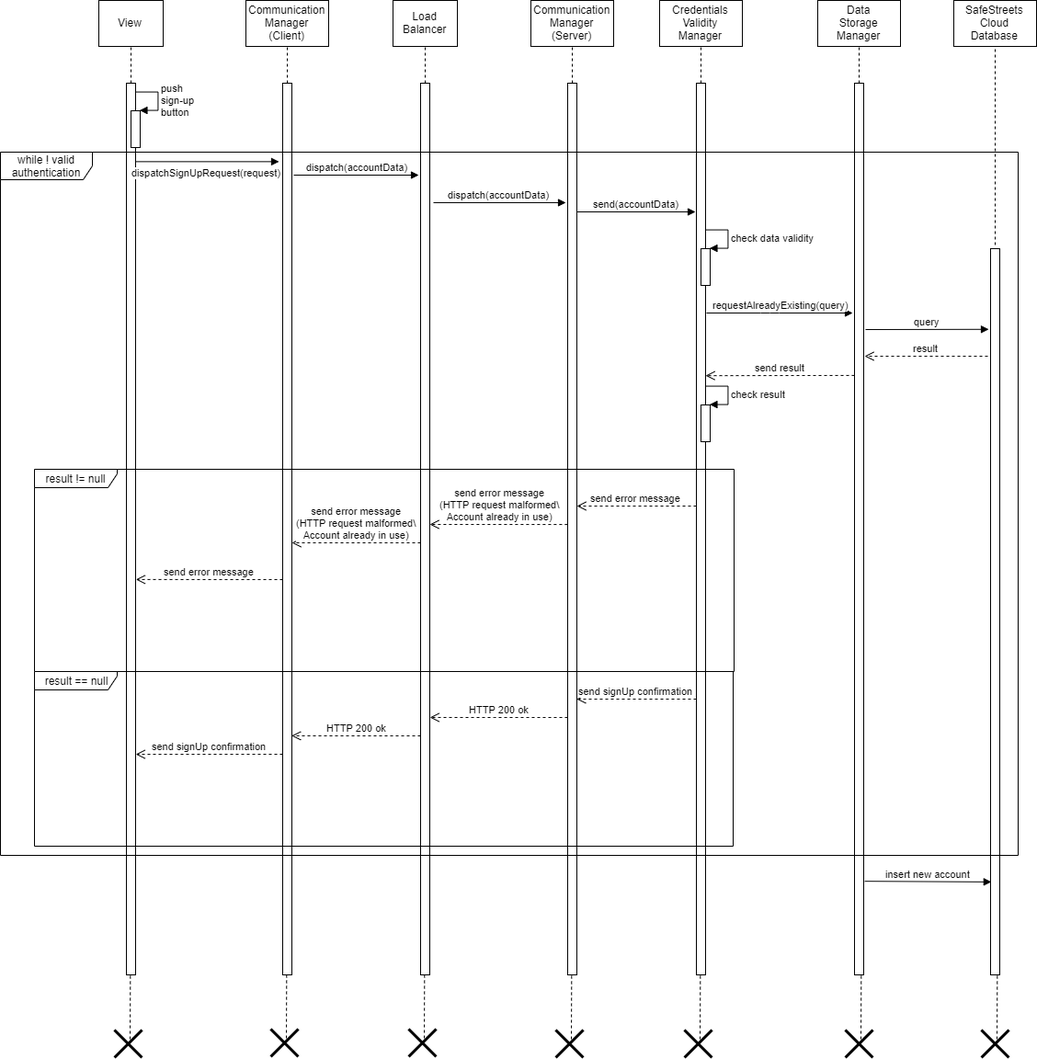
Earlier version of the draw.io export DD/Diagrams/Sequence Diagrams/Runtime View Diagram signup.png (Dany97/MassiniNicolo). Source tidied: cells renumbered, new cells last; positions are measured from the earlier drawing's top-left corner, leaving out a move shared by most shapes.
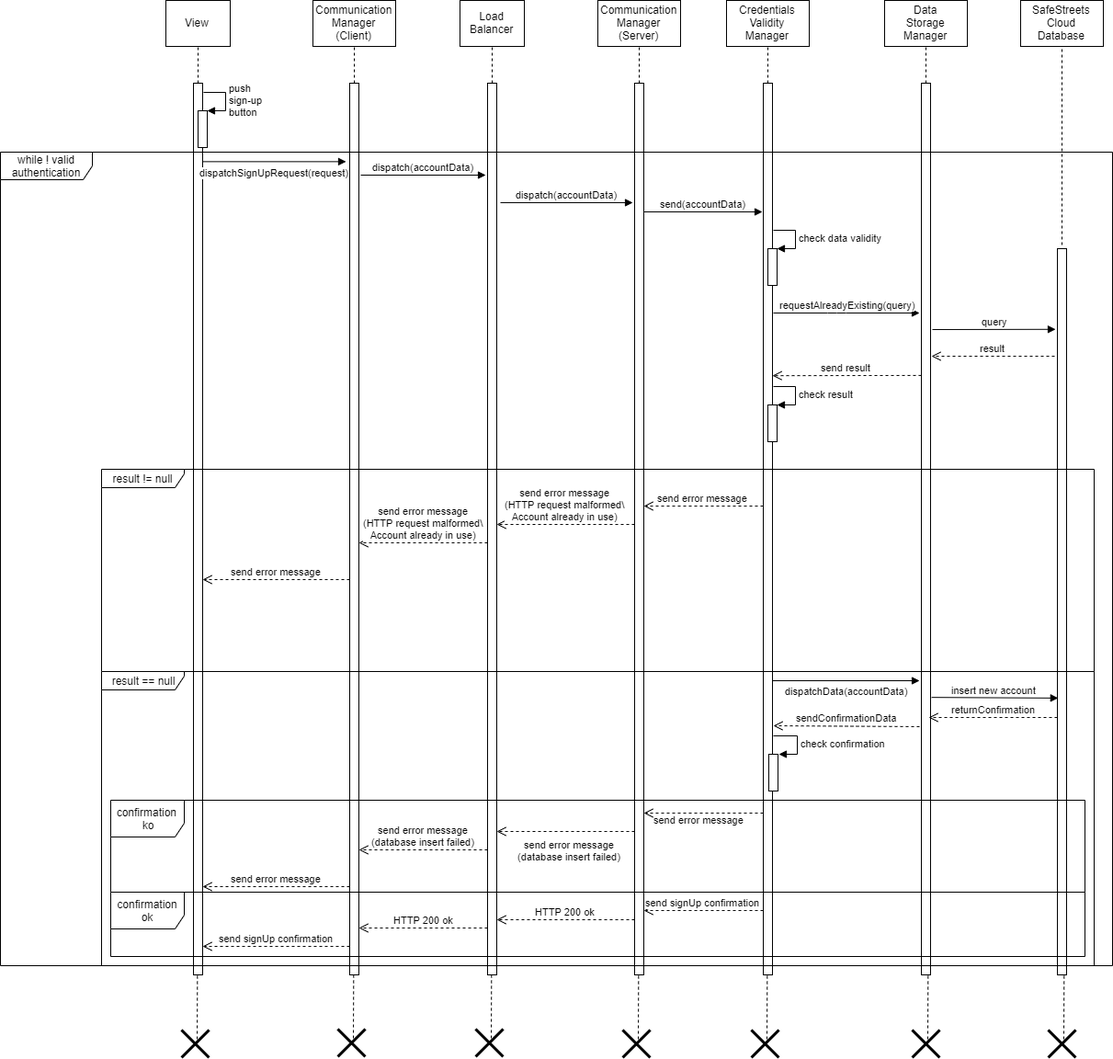
After the commit.

Change to the diagram source:
```diff
@@ -130,7 +130,7 @@
       </mxGeometry>
     </mxCell>
     <mxCell id="32" value="result != null" style="shape=umlFrame;whiteSpace=wrap;html=1;width=90;height=20;" parent="1" vertex="1">
-      <mxGeometry x="37" y="510" width="761" height="220" as="geometry" />
+      <mxGeometry x="37" y="510" width="1080" height="220" as="geometry" />
     </mxCell>
     <mxCell id="33" value="send result" style="html=1;verticalAlign=bottom;endArrow=open;dashed=1;endSize=8;entryX=1;entryY=0.276;entryDx=0;entryDy=0;entryPerimeter=0;exitX=0;exitY=0.738;exitDx=0;exitDy=0;exitPerimeter=0;" parent="1" edge="1">
       <mxGeometry relative="1" as="geometry">
@@ -144,8 +144,9 @@
         <mxPoint x="627" y="550" as="targetPoint" />
       </mxGeometry>
     </mxCell>
-    <mxCell id="35" value="send error message&lt;br&gt;(HTTP request malformed\&lt;br&gt;Account already in use)" style="html=1;verticalAlign=bottom;endArrow=open;dashed=1;endSize=8;exitX=0.762;exitY=0.273;exitDx=0;exitDy=0;exitPerimeter=0;" parent="1" edge="1" source="32">
+    <mxCell id="35" value="send error message&lt;br&gt;(HTTP request malformed\&lt;br&gt;Account already in use)" style="html=1;verticalAlign=bottom;endArrow=open;dashed=1;endSize=8;" parent="1" edge="1">
       <mxGeometry relative="1" as="geometry">
+        <mxPoint x="617" y="570" as="sourcePoint" />
         <mxPoint x="467" y="570" as="targetPoint" />
       </mxGeometry>
     </mxCell>
@@ -155,13 +156,14 @@
         <mxPoint x="317" y="590" as="targetPoint" />
       </mxGeometry>
     </mxCell>
-    <mxCell id="37" value="send error message" style="html=1;verticalAlign=bottom;endArrow=open;dashed=1;endSize=8;entryX=0.145;entryY=0.545;entryDx=0;entryDy=0;entryPerimeter=0;" parent="1" edge="1" target="32">
+    <mxCell id="37" value="send error message" style="html=1;verticalAlign=bottom;endArrow=open;dashed=1;endSize=8;" parent="1" edge="1">
       <mxGeometry relative="1" as="geometry">
         <mxPoint x="307" y="630" as="sourcePoint" />
+        <mxPoint x="147" y="630" as="targetPoint" />
       </mxGeometry>
     </mxCell>
     <mxCell id="38" value="result == null" style="shape=umlFrame;whiteSpace=wrap;html=1;width=90;height=20;" parent="1" vertex="1">
-      <mxGeometry x="37" y="730" width="760" height="190" as="geometry" />
+      <mxGeometry x="37" y="730" width="1080" height="320" as="geometry" />
     </mxCell>
     <mxCell id="39" style="html=1;points=[];perimeter=orthogonalPerimeter;" parent="1" vertex="1">
       <mxGeometry x="762" y="440" width="10" height="40" as="geometry" />
@@ -174,31 +176,32 @@
         </Array>
       </mxGeometry>
     </mxCell>
-    <mxCell id="41" value="send signUp confirmation" style="html=1;verticalAlign=bottom;endArrow=open;dashed=1;endSize=8;entryX=0.776;entryY=0.158;entryDx=0;entryDy=0;entryPerimeter=0;" parent="1" edge="1" target="38">
+    <mxCell id="41" value="send signUp confirmation" style="html=1;verticalAlign=bottom;endArrow=open;dashed=1;endSize=8;" parent="1" edge="1">
       <mxGeometry relative="1" as="geometry">
-        <mxPoint x="757" y="760" as="sourcePoint" />
+        <mxPoint x="757" y="990" as="sourcePoint" />
+        <mxPoint x="627" y="990" as="targetPoint" />
       </mxGeometry>
     </mxCell>
-    <mxCell id="42" value="HTTP 200 ok" style="html=1;verticalAlign=bottom;endArrow=open;dashed=1;endSize=8;entryX=0.566;entryY=0.263;entryDx=0;entryDy=0;entryPerimeter=0;" parent="1" edge="1" target="38">
+    <mxCell id="42" value="HTTP 200 ok" style="html=1;verticalAlign=bottom;endArrow=open;dashed=1;endSize=8;" parent="1" edge="1">
       <mxGeometry relative="1" as="geometry">
-        <mxPoint x="617" y="780" as="sourcePoint" />
-        <Array as="points">
-          <mxPoint x="527" y="780" />
-        </Array>
+        <mxPoint x="617" y="1000" as="sourcePoint" />
+        <mxPoint x="467" y="1000" as="targetPoint" />
       </mxGeometry>
     </mxCell>
-    <mxCell id="43" value="HTTP 200 ok" style="html=1;verticalAlign=bottom;endArrow=open;dashed=1;endSize=8;entryX=0.368;entryY=0.368;entryDx=0;entryDy=0;entryPerimeter=0;" parent="1" edge="1" target="38">
+    <mxCell id="43" value="HTTP 200 ok" style="html=1;verticalAlign=bottom;endArrow=open;dashed=1;endSize=8;" parent="1" edge="1">
       <mxGeometry relative="1" as="geometry">
-        <mxPoint x="457" y="800" as="sourcePoint" />
+        <mxPoint x="457" y="1009" as="sourcePoint" />
+        <mxPoint x="317" y="1009" as="targetPoint" />
       </mxGeometry>
     </mxCell>
-    <mxCell id="44" value="send signUp confirmation" style="html=1;verticalAlign=bottom;endArrow=open;dashed=1;endSize=8;entryX=0.145;entryY=0.474;entryDx=0;entryDy=0;entryPerimeter=0;" parent="1" edge="1" target="38">
+    <mxCell id="44" value="send signUp confirmation" style="html=1;verticalAlign=bottom;endArrow=open;dashed=1;endSize=8;" parent="1" edge="1">
       <mxGeometry relative="1" as="geometry">
-        <mxPoint x="307" y="820" as="sourcePoint" />
+        <mxPoint x="307" y="1029" as="sourcePoint" />
+        <mxPoint x="147" y="1029" as="targetPoint" />
       </mxGeometry>
     </mxCell>
     <mxCell id="45" value="while ! valid authentication" style="shape=umlFrame;whiteSpace=wrap;html=1;width=100;height=30;" parent="1" vertex="1">
-      <mxGeometry y="165" width="1107" height="765" as="geometry" />
+      <mxGeometry x="-73" y="165" width="1210" height="885" as="geometry" />
     </mxCell>
     <mxCell id="46" style="endArrow=none;dashed=1;html=1;entryX=0.729;entryY=1.001;entryDx=0;entryDy=0;entryPerimeter=0;" parent="1" edge="1">
       <mxGeometry relative="1" as="geometry">
@@ -274,8 +277,71 @@
     <mxCell id="61" style="shape=umlDestroy;whiteSpace=wrap;html=1;strokeWidth=3;" parent="1" vertex="1">
       <mxGeometry x="1067" y="1120" width="30" height="30" as="geometry" />
     </mxCell>
-    <mxCell id="62" value="insert new account" style="html=1;verticalAlign=bottom;endArrow=block;entryX=0.082;entryY=0.872;entryDx=0;entryDy=0;entryPerimeter=0;exitX=1.118;exitY=0.895;exitDx=0;exitDy=0;exitPerimeter=0;" parent="1" edge="1" source="25" target="29">
-      <mxGeometry relative="1" as="geometry" />
+    <mxCell id="62" value="insert new account" style="html=1;verticalAlign=bottom;endArrow=block;entryX=0.082;entryY=0.872;entryDx=0;entryDy=0;entryPerimeter=0;exitX=1.118;exitY=0.895;exitDx=0;exitDy=0;exitPerimeter=0;" parent="1" edge="1">
+      <mxGeometry relative="1" as="geometry">
+        <mxPoint x="940.2" y="758.1" as="sourcePoint" />
+        <mxPoint x="1077.8" y="758.9" as="targetPoint" />
+      </mxGeometry>
     </mxCell>
+    <mxCell id="63" value="dispatchData(accountData)" style="html=1;verticalAlign=bottom;endArrow=block;" parent="1" edge="1">
+      <mxGeometry y="-20" relative="1" as="geometry">
+        <mxPoint x="767" y="740" as="sourcePoint" />
+        <mxPoint x="927" y="740" as="targetPoint" />
+      </mxGeometry>
+    </mxCell>
+    <mxCell id="64" value="returnConfirmation" style="html=1;verticalAlign=bottom;endArrow=open;dashed=1;endSize=8;" parent="1" edge="1">
+      <mxGeometry relative="1" as="geometry">
+        <mxPoint x="1077" y="780" as="sourcePoint" />
+        <mxPoint x="937" y="780" as="targetPoint" />
+      </mxGeometry>
+    </mxCell>
+    <mxCell id="65" style="html=1;points=[];perimeter=orthogonalPerimeter;" parent="1" vertex="1">
+      <mxGeometry x="763" y="820" width="10" height="40" as="geometry" />
+    </mxCell>
+    <mxCell id="66" value="check confirmation" style="edgeStyle=orthogonalEdgeStyle;html=1;align=left;spacingLeft=2;endArrow=block;rounded=0;entryX=1;entryY=0;" parent="1" edge="1" target="65">
+      <mxGeometry relative="1" as="geometry">
+        <mxPoint x="768" y="800" as="sourcePoint" />
+        <Array as="points">
+          <mxPoint x="793" y="800" />
+        </Array>
+      </mxGeometry>
+    </mxCell>
+    <mxCell id="67" value="confirmation&amp;nbsp;&lt;br&gt;ko" style="shape=umlFrame;whiteSpace=wrap;html=1;width=80;height=40;" parent="1" vertex="1">
+      <mxGeometry x="47" y="870" width="1060" height="100" as="geometry" />
+    </mxCell>
+    <mxCell id="68" value="confirmation&lt;br&gt;ok" style="shape=umlFrame;whiteSpace=wrap;html=1;width=80;height=40;" parent="1" vertex="1">
+      <mxGeometry x="47" y="970" width="1060" height="70" as="geometry" />
+    </mxCell>
+    <mxCell id="69" value="sendConfirmationData" style="html=1;verticalAlign=bottom;endArrow=open;dashed=1;endSize=8;" parent="1" edge="1">
+      <mxGeometry relative="1" as="geometry">
+        <mxPoint x="927" y="790" as="sourcePoint" />
+        <mxPoint x="768" y="789" as="targetPoint" />
+      </mxGeometry>
+    </mxCell>
+    <mxCell id="70" value="send error message" style="html=1;verticalAlign=bottom;endArrow=open;dashed=1;endSize=8;" parent="1" edge="1">
+      <mxGeometry x="0.08" y="16" relative="1" as="geometry">
+        <mxPoint x="757" y="884" as="sourcePoint" />
+        <mxPoint x="627" y="884" as="targetPoint" />
+      </mxGeometry>
+    </mxCell>
+    <mxCell id="71" value="send error message&lt;br&gt;(database insert failed)" style="html=1;verticalAlign=bottom;endArrow=open;dashed=1;endSize=8;" parent="1" edge="1">
+      <mxGeometry x="-0.07" y="36" relative="1" as="geometry">
+        <mxPoint x="617" y="904" as="sourcePoint" />
+        <mxPoint x="467" y="904" as="targetPoint" />
+        <mxPoint x="-1" as="offset" />
+      </mxGeometry>
+    </mxCell>
+    <mxCell id="72" value="send error message&lt;br&gt;(database insert failed)" style="html=1;verticalAlign=bottom;endArrow=open;dashed=1;endSize=8;" parent="1" edge="1">
+      <mxGeometry relative="1" as="geometry">
+        <mxPoint x="457" y="924" as="sourcePoint" />
+        <mxPoint x="317" y="924" as="targetPoint" />
+      </mxGeometry>
+    </mxCell>
+    <mxCell id="73" value="send error message" style="html=1;verticalAlign=bottom;endArrow=open;dashed=1;endSize=8;" parent="1" edge="1">
+      <mxGeometry relative="1" as="geometry">
+        <mxPoint x="307" y="964" as="sourcePoint" />
+        <mxPoint x="147" y="964" as="targetPoint" />
+      </mxGeometry>
+    </mxCell>
   </root>
 </mxGraphModel>
```
